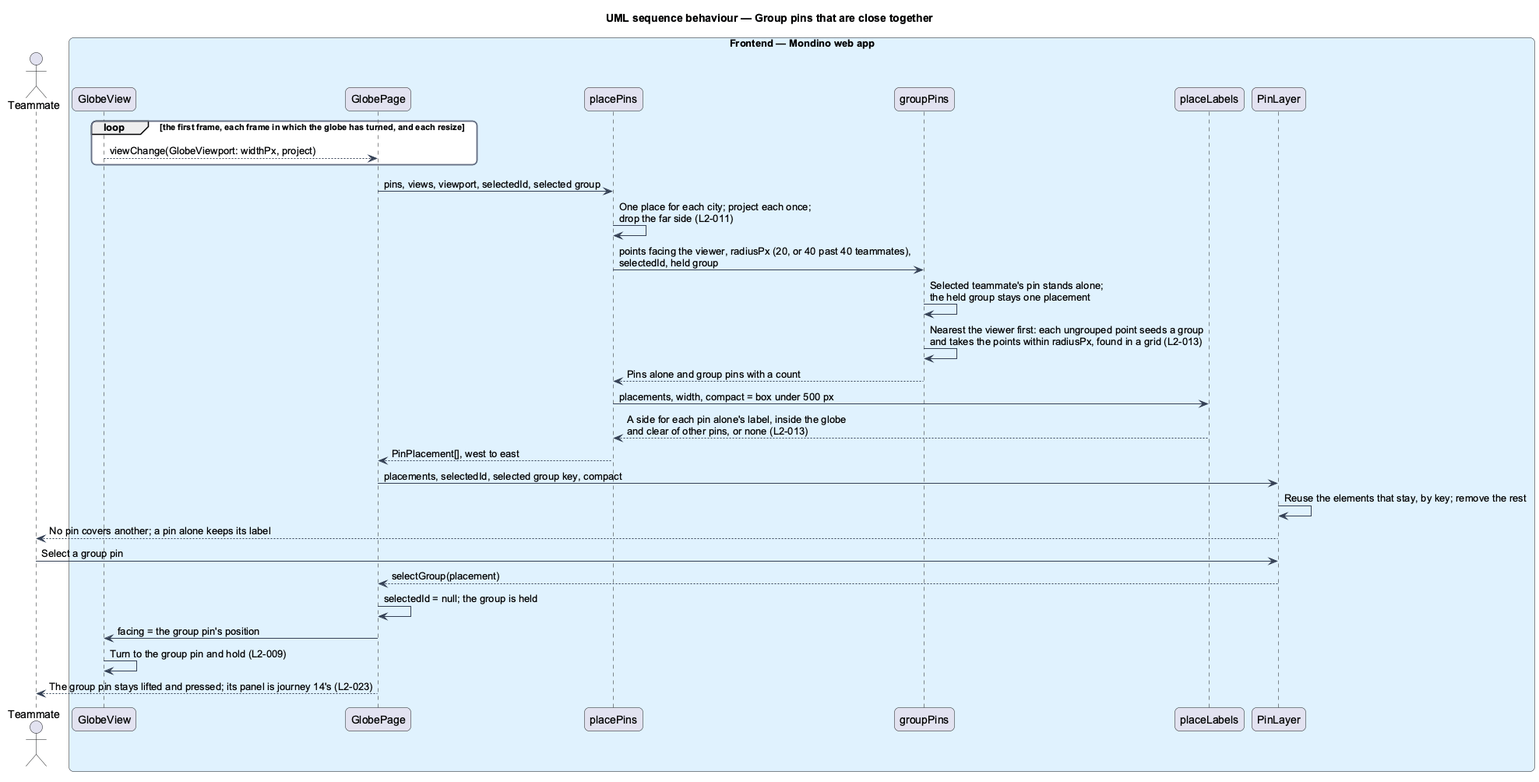
Before: docs/detailed-designs/globe/show-pins/diagrams/sequence-group-pins.png, a diagram exported from PlantUML (QuinntyneBrown/Mondino).
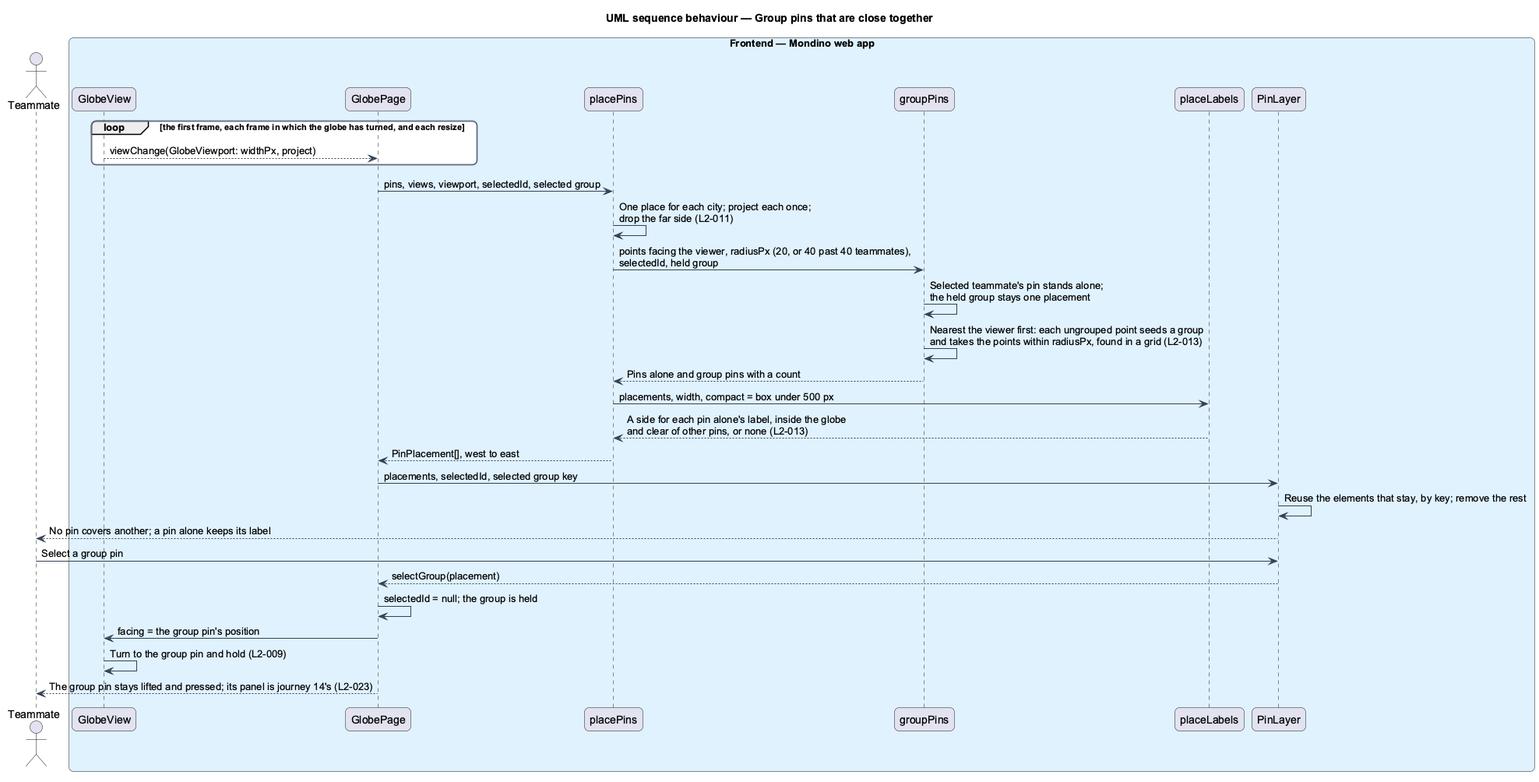
After the change.

Commit message:
Align ADR 0014 and the show-pins design with the names built

What changed in the source:
```diff
@@ -35,7 +35,7 @@
 placer -> labels : placements, width, compact = box under 500 px
 labels --> placer : A side for each pin alone's label, inside the globe\nand clear of other pins, or none (L2-013)
 placer --> page : PinPlacement[], west to east
-page -> layer : placements, selectedId, selected group key, compact
+page -> layer : placements, selectedId, selected group key
 layer -> layer : Reuse the elements that stay, by key; remove the rest
 layer --> actor : No pin covers another; a pin alone keeps its label
 actor -> layer : Select a group pin
```
